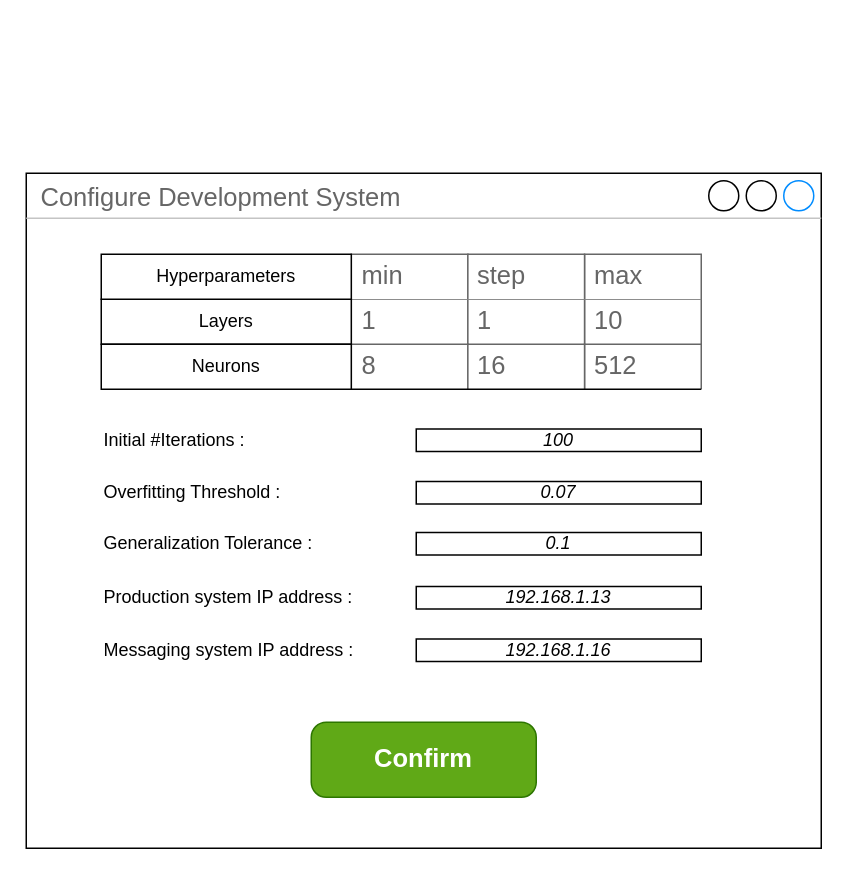
Earlier version of the draw.io diagram configure/development system (BELLO)/development_system.drawio (BaffoBello14/AutomaticDamagesRecognition). Source tidied: cells renumbered, new cells numbered last; positions are measured from the earlier drawing's top-left corner, leaving out a move shared by most shapes. Both pictures are drawn from the tidied source at 150%, with x=0, y=0 at pixel (26, 172).
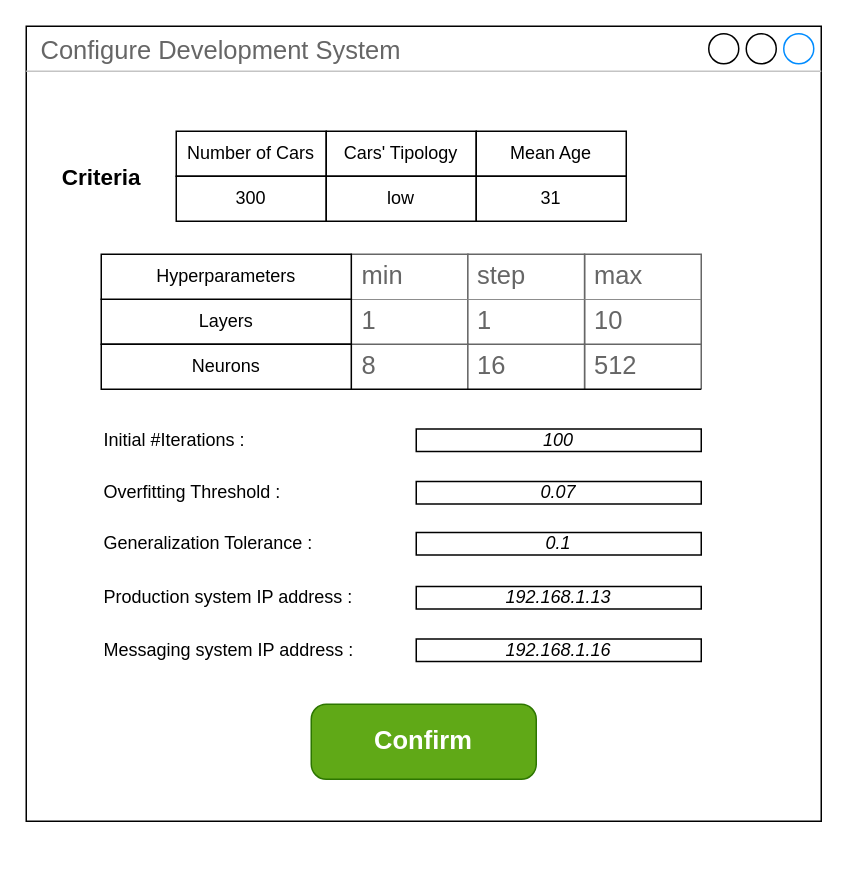
The same page after the edit.

Commit message (it also covers changes not shown here):
Update configuration for ingestion system (CAPE)

The edit, as a diff of the source:
```diff
@@
     <mxCell id="2" value="Configure Development System" style="strokeWidth=1;shadow=0;dashed=0;align=center;html=1;shape=mxgraph.mockup.containers.window;align=left;verticalAlign=top;spacingLeft=8;strokeColor2=#008cff;strokeColor3=#c4c4c4;fontColor=#666666;mainText=;fontSize=17;labelBackgroundColor=none;whiteSpace=wrap;" parent="1" vertex="1">
-      <mxGeometry width="530" height="450" as="geometry" />
+      <mxGeometry y="-98" width="530" height="530" as="geometry" />
     </mxCell>
     <mxCell id="3" value="Confirm" style="strokeWidth=1;shadow=0;dashed=0;align=center;html=1;shape=mxgraph.mockup.buttons.button;strokeColor=#2D7600;fontColor=#ffffff;mainText=;buttonStyle=round;fontSize=17;fontStyle=1;fillColor=#60a917;whiteSpace=wrap;" parent="1" vertex="1">
-      <mxGeometry x="190" y="366" width="150" height="50" as="geometry" />
+      <mxGeometry x="190" y="354" width="150" height="50" as="geometry" />
     </mxCell>
@@
+    <mxCell id="28" style="group;" parent="1" vertex="1">
+      <mxGeometry x="100" y="-28" width="300" height="60" as="geometry" />
+    </mxCell>
+    <mxCell id="29" value="Number of Cars" style="whiteSpace=wrap;html=1;" parent="28" vertex="1">
+      <mxGeometry width="100" height="30" as="geometry" />
+    </mxCell>
+    <mxCell id="30" value="Cars' Tipology" style="whiteSpace=wrap;html=1;" parent="28" vertex="1">
+      <mxGeometry x="100" width="100" height="30" as="geometry" />
+    </mxCell>
+    <mxCell id="31" value="Mean Age" style="whiteSpace=wrap;html=1;" parent="28" vertex="1">
+      <mxGeometry x="200" width="100" height="30" as="geometry" />
+    </mxCell>
+    <mxCell id="32" value="300" style="whiteSpace=wrap;html=1;" parent="28" vertex="1">
+      <mxGeometry y="30" width="100" height="30" as="geometry" />
+    </mxCell>
+    <mxCell id="33" value="low" style="whiteSpace=wrap;html=1;" parent="28" vertex="1">
+      <mxGeometry x="100" y="30" width="100" height="30" as="geometry" />
+    </mxCell>
+    <mxCell id="34" value="31" style="whiteSpace=wrap;html=1;" parent="28" vertex="1">
+      <mxGeometry x="200" y="30" width="100" height="30" as="geometry" />
+    </mxCell>
+    <mxCell id="35" value="&lt;b&gt;&lt;font style=&quot;font-size: 15px;&quot;&gt;Criteria&lt;/font&gt;&lt;/b&gt;" style="text;html=1;align=center;verticalAlign=middle;strokeColor=none;fillColor=none;" parent="1" vertex="1">
+      <mxGeometry x="10" y="-13" width="80" height="30" as="geometry" />
+    </mxCell>
```
